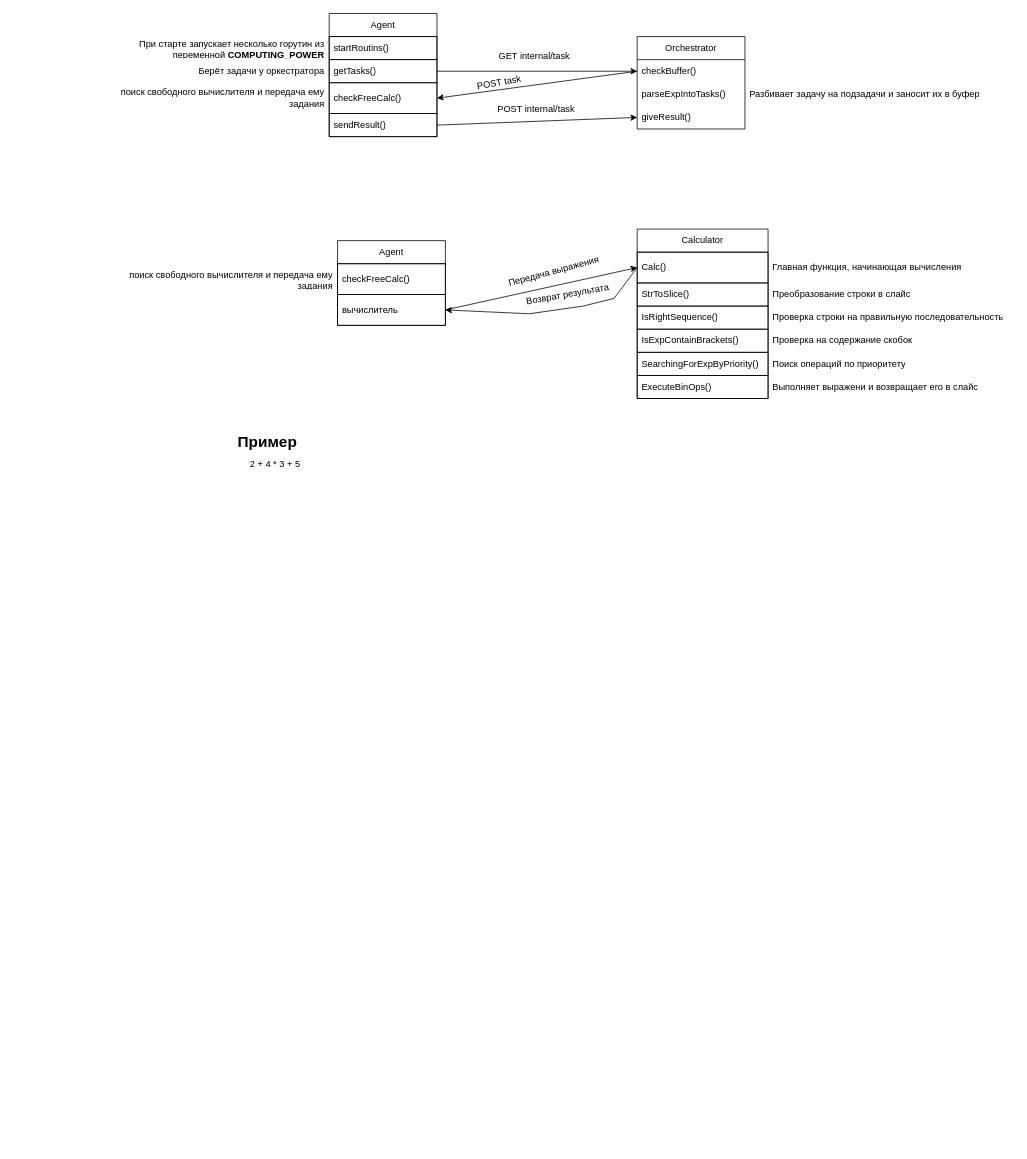
Above: page "main sheme" (2 of 3) of docs/Асинхронный веб-калькулятор схема.drawio in grigoriy-st/YL-Golang (draw.io), before the change. Source tidied: cells renumbered, new cells numbered last; positions are measured from the earlier drawing's top-left corner, leaving out a move shared by most shapes. Both pictures are drawn from the tidied source at 77%, with x=0, y=0 at pixel (82, 13).
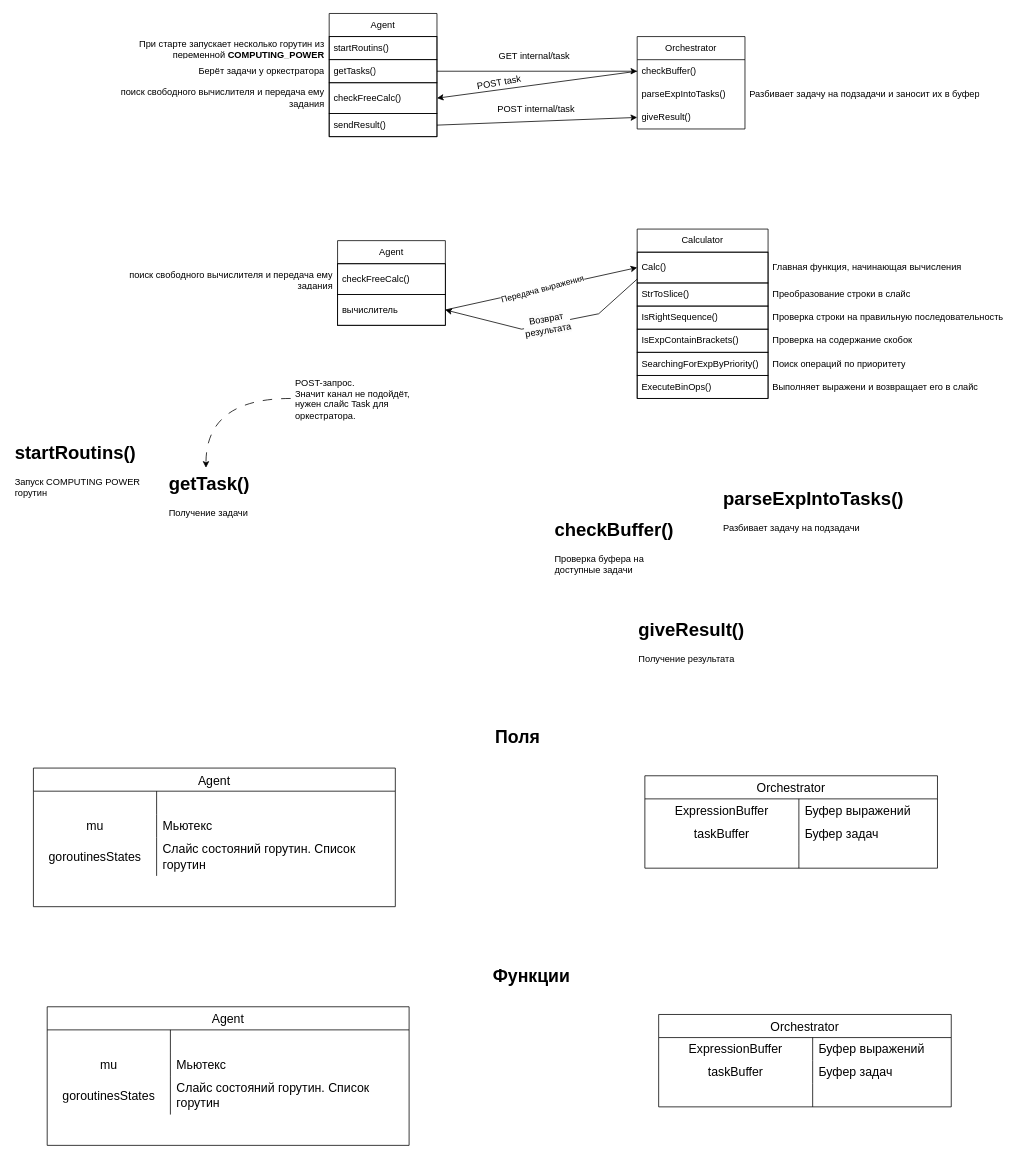
The same page after the edit.

Commit message (it also covers changes not shown here):
Добавил логику в файлы двух сервисов. Обновил схему

Unchanged cells that the change refers to:
```xml
<mxCell id="22" value="вычислитель" style="text;strokeColor=default;fillColor=none;align=left;verticalAlign=middle;spacingLeft=4;spacingRight=4;overflow=hidden;points=[[0,0.5],[1,0.5]];portConstraint=eastwest;whiteSpace=wrap;html=1;" parent="20" vertex="1">
  <mxGeometry y="70" width="140" height="40" as="geometry" />
</mxCell>
<mxCell id="25" value="Calc()" style="text;strokeColor=default;fillColor=none;align=left;verticalAlign=middle;spacingLeft=4;spacingRight=4;overflow=hidden;points=[[0,0.5],[1,0.5]];portConstraint=eastwest;whiteSpace=wrap;html=1;" parent="24" vertex="1">
  <mxGeometry y="30" width="170" height="40" as="geometry" />
</mxCell>
```

The edit, as a diff of the source:
```diff
@@
-    <mxCell id="32" style="rounded=0;jettySize=auto;html=1;exitX=1;exitY=0.5;exitDx=0;exitDy=0;entryX=0;entryY=0.5;entryDx=0;entryDy=0;" parent="1" edge="1" source="22" target="25">
-      <mxGeometry relative="1" as="geometry" />
-    </mxCell>
-    <mxCell id="33" value="Передача выражения" style="text;html=1;align=center;verticalAlign=middle;whiteSpace=wrap;rounded=0;rotation=-15;" parent="1" vertex="1">
-      <mxGeometry x="534" y="320" width="156" height="30" as="geometry" />
-    </mxCell>
-    <mxCell id="34" style="rounded=0;jettySize=auto;html=1;exitX=0;exitY=0.5;exitDx=0;exitDy=0;entryX=1;entryY=0.5;entryDx=0;entryDy=0;" parent="1" edge="1" source="25" target="22">
-      <mxGeometry relative="1" as="geometry">
-        <Array as="points">
-          <mxPoint x="690" y="370" />
-          <mxPoint x="650" y="380" />
-          <mxPoint x="580" y="390" />
-        </Array>
-      </mxGeometry>
-    </mxCell>
-    <mxCell id="35" value="Возврат результата" style="text;html=1;align=center;verticalAlign=middle;whiteSpace=wrap;rounded=0;rotation=-10;" parent="1" vertex="1">
-      <mxGeometry x="570" y="350" width="120" height="30" as="geometry" />
-    </mxCell>
@@
-    <mxCell id="42" value="2 + 4 * 3 + 5" style="text;html=1;align=center;verticalAlign=middle;whiteSpace=wrap;rounded=0;" parent="1" vertex="1">
-      <mxGeometry x="190" y="570" width="120" height="30" as="geometry" />
-    </mxCell>
-    <mxCell id="43" value="&lt;b&gt;&lt;font style=&quot;font-size: 20px;&quot;&gt;Пример&lt;/font&gt;&lt;/b&gt;" style="text;html=1;align=center;verticalAlign=middle;whiteSpace=wrap;rounded=0;" parent="1" vertex="1">
-      <mxGeometry x="180" y="540" width="120" height="30" as="geometry" />
-    </mxCell>
+    <mxCell id="44" value="&lt;h1 style=&quot;margin-top: 0px;&quot;&gt;checkBuffer()&lt;/h1&gt;&lt;p&gt;Проверка буфера на доступные задачи&lt;/p&gt;" style="text;html=1;whiteSpace=wrap;overflow=hidden;rounded=0;" parent="1" vertex="1">
+      <mxGeometry x="610.9" y="650" width="180" height="85" as="geometry" />
+    </mxCell>
+    <mxCell id="45" value="&lt;h1 style=&quot;margin-top: 0px;&quot;&gt;parseExpIntoTasks()&lt;/h1&gt;&lt;p&gt;Разбивает задачу на подзадачи&lt;/p&gt;" style="text;html=1;whiteSpace=wrap;overflow=hidden;rounded=0;" parent="1" vertex="1">
+      <mxGeometry x="830" y="610" width="260" height="85" as="geometry" />
+    </mxCell>
+    <mxCell id="46" value="&lt;h1 style=&quot;margin-top: 0px;&quot;&gt;giveResult()&lt;/h1&gt;&lt;p&gt;Получение результата&lt;/p&gt;" style="text;html=1;whiteSpace=wrap;overflow=hidden;rounded=0;" parent="1" vertex="1">
+      <mxGeometry x="720" y="780" width="180" height="85" as="geometry" />
+    </mxCell>
+    <mxCell id="47" value="&lt;h1 style=&quot;margin-top: 0px;&quot;&gt;startRoutins()&lt;/h1&gt;&lt;p&gt;Запуск COMPUTING POWER горутин&lt;/p&gt;" style="text;html=1;whiteSpace=wrap;overflow=hidden;rounded=0;" parent="1" vertex="1">
+      <mxGeometry x="-90" y="550" width="200" height="85" as="geometry" />
+    </mxCell>
+    <mxCell id="48" value="&lt;h1 style=&quot;margin-top: 0px;&quot;&gt;getTask()&lt;/h1&gt;&lt;p&gt;Получение задачи&lt;/p&gt;" style="text;html=1;whiteSpace=wrap;overflow=hidden;rounded=0;" parent="1" vertex="1">
+      <mxGeometry x="110" y="590" width="200" height="85" as="geometry" />
+    </mxCell>
+    <mxCell id="32" style="endArrow=classic;html=1;rounded=0;entryX=0;entryY=0.5;entryDx=0;entryDy=0;exitX=1;exitY=0.5;exitDx=0;exitDy=0;" parent="1" edge="1" source="22" target="25">
+      <mxGeometry x="0.05" y="6" relative="1" as="geometry" />
+    </mxCell>
+    <mxCell id="33" value="Передача выражения" style="edgeLabel;html=1;align=center;verticalAlign=middle;rotation=-15;" parent="32" vertex="1">
+      <mxGeometry relative="1" as="geometry" />
+    </mxCell>
+    <mxCell id="49" style="endArrow=classic;html=1;rounded=0;exitX=0;exitY=0.5;exitDx=0;exitDy=0;entryX=1;entryY=0.5;entryDx=0;entryDy=0;" parent="1" edge="1" target="22">
+      <mxGeometry relative="1" as="geometry">
+        <mxPoint x="720" y="345" as="sourcePoint" />
+        <Array as="points">
+          <mxPoint x="670" y="390" />
+          <mxPoint x="570" y="410" />
+        </Array>
+      </mxGeometry>
+    </mxCell>
+    <mxCell id="35" value="&lt;span style=&quot;font-size: 12px; text-wrap: wrap; background-color: rgb(251, 251, 251);&quot;&gt;Возврат результата&lt;/span&gt;" style="edgeLabel;html=1;align=center;verticalAlign=middle;rotation=-10;" parent="49" vertex="1">
+      <mxGeometry relative="1" as="geometry" />
+    </mxCell>
+    <mxCell id="50" style="edgeStyle=orthogonalEdgeStyle;rounded=0;jettySize=auto;html=1;entryX=0.25;entryY=0;entryDx=0;entryDy=0;curved=1;dashed=1;dashPattern=12 12;" parent="1" edge="1" source="51" target="48">
+      <mxGeometry relative="1" as="geometry" />
+    </mxCell>
+    <mxCell id="51" value="POST-запрос. &lt;br&gt;Значит канал не подойдёт, нужен слайс Task для оркестратора." style="text;strokeColor=none;fillColor=none;align=left;verticalAlign=middle;spacingLeft=4;spacingRight=4;overflow=hidden;points=[[0,0.5],[1,0.5]];portConstraint=eastwest;whiteSpace=wrap;html=1;" parent="1" vertex="1">
+      <mxGeometry x="270" y="470" width="180" height="60" as="geometry" />
+    </mxCell>
+    <mxCell id="52" value="Поля" style="text;html=1;align=center;verticalAlign=middle;whiteSpace=wrap;rounded=0;fontSize=23;fontStyle=1;" parent="1" vertex="1">
+      <mxGeometry x="510" y="920" width="110" height="39" as="geometry" />
+    </mxCell>
+    <mxCell id="53" value="Orchestrator" style="shape=table;startSize=30;childLayout=tableLayout;rowLines=0;fontStyle=0;strokeColor=default;fontSize=16;" parent="1" vertex="1">
+      <mxGeometry x="730" y="990" width="380" height="120" as="geometry" />
+    </mxCell>
+    <mxCell id="54" style="shape=tableRow;horizontal=0;startSize=0;swimlaneHead=0;swimlaneBody=0;top=0;left=0;bottom=0;right=0;fillColor=none;strokeColor=inherit;fontSize=16;" parent="53" vertex="1">
+      <mxGeometry y="30" width="380" height="30" as="geometry" />
+    </mxCell>
+    <mxCell id="55" value="ExpressionBuffer" style="shape=partialRectangle;html=1;whiteSpace=wrap;fillColor=none;top=0;left=0;bottom=0;right=0;overflow=hidden;strokeColor=inherit;fontSize=16;" parent="54" vertex="1">
+      <mxGeometry width="200" height="30" as="geometry" />
+    </mxCell>
+    <mxCell id="56" value="Буфер выражений" style="shape=partialRectangle;html=1;whiteSpace=wrap;fillColor=none;top=0;left=0;bottom=0;right=0;align=left;spacingLeft=6;overflow=hidden;strokeColor=inherit;fontSize=16;" parent="54" vertex="1">
+      <mxGeometry x="200" width="180" height="30" as="geometry" />
+    </mxCell>
+    <mxCell id="57" style="shape=tableRow;horizontal=0;startSize=0;swimlaneHead=0;swimlaneBody=0;top=0;left=0;bottom=0;right=0;fillColor=none;strokeColor=inherit;fontSize=16;" parent="53" vertex="1">
+      <mxGeometry y="60" width="380" height="30" as="geometry" />
+    </mxCell>
+    <mxCell id="58" value="taskBuffer" style="shape=partialRectangle;html=1;whiteSpace=wrap;fillColor=none;top=0;left=0;bottom=0;right=0;overflow=hidden;strokeColor=inherit;fontSize=16;" parent="57" vertex="1">
+      <mxGeometry width="200" height="30" as="geometry" />
+    </mxCell>
+    <mxCell id="59" value="Буфер задач" style="shape=partialRectangle;html=1;whiteSpace=wrap;fillColor=none;top=0;left=0;bottom=0;right=0;align=left;spacingLeft=6;overflow=hidden;strokeColor=inherit;fontSize=16;" parent="57" vertex="1">
+      <mxGeometry x="200" width="180" height="30" as="geometry" />
+    </mxCell>
+    <mxCell id="60" style="shape=tableRow;horizontal=0;startSize=0;swimlaneHead=0;swimlaneBody=0;top=0;left=0;bottom=0;right=0;fillColor=none;strokeColor=inherit;fontSize=16;" parent="53" vertex="1">
+      <mxGeometry y="90" width="380" height="30" as="geometry" />
+    </mxCell>
+    <mxCell id="61" style="shape=partialRectangle;html=1;whiteSpace=wrap;fillColor=none;top=0;left=0;bottom=0;right=0;overflow=hidden;strokeColor=inherit;fontSize=16;" parent="60" vertex="1">
+      <mxGeometry width="200" height="30" as="geometry" />
+    </mxCell>
+    <mxCell id="62" style="shape=partialRectangle;html=1;whiteSpace=wrap;fillColor=none;top=0;left=0;bottom=0;right=0;align=left;spacingLeft=6;overflow=hidden;strokeColor=inherit;fontSize=16;" parent="60" vertex="1">
+      <mxGeometry x="200" width="180" height="30" as="geometry" />
+    </mxCell>
+    <mxCell id="63" value="Agent" style="shape=table;startSize=30;childLayout=tableLayout;rowLines=0;fontStyle=0;strokeColor=default;fontSize=16;" parent="1" vertex="1">
+      <mxGeometry x="-64.1" y="980" width="470" height="180" as="geometry" />
+    </mxCell>
+    <mxCell id="64" style="shape=tableRow;horizontal=0;startSize=0;swimlaneHead=0;swimlaneBody=0;top=0;left=0;bottom=0;right=0;fillColor=none;strokeColor=inherit;fontSize=16;" parent="63" vertex="1">
+      <mxGeometry y="30" width="470" height="30" as="geometry" />
+    </mxCell>
+    <mxCell id="65" style="shape=partialRectangle;html=1;whiteSpace=wrap;fillColor=none;top=0;left=0;bottom=0;right=0;overflow=hidden;strokeColor=inherit;fontSize=16;" parent="64" vertex="1">
+      <mxGeometry width="160" height="30" as="geometry" />
+    </mxCell>
+    <mxCell id="66" style="shape=partialRectangle;html=1;whiteSpace=wrap;fillColor=none;top=0;left=0;bottom=0;right=0;align=left;spacingLeft=6;overflow=hidden;strokeColor=inherit;fontSize=16;" parent="64" vertex="1">
+      <mxGeometry x="160" width="310" height="30" as="geometry" />
+    </mxCell>
+    <mxCell id="67" style="shape=tableRow;horizontal=0;startSize=0;swimlaneHead=0;swimlaneBody=0;top=0;left=0;bottom=0;right=0;fillColor=none;strokeColor=inherit;fontSize=16;" parent="63" vertex="1">
+      <mxGeometry y="60" width="470" height="30" as="geometry" />
+    </mxCell>
+    <mxCell id="68" value="mu" style="shape=partialRectangle;html=1;whiteSpace=wrap;fillColor=none;top=0;left=0;bottom=0;right=0;overflow=hidden;strokeColor=inherit;fontSize=16;" parent="67" vertex="1">
+      <mxGeometry width="160" height="30" as="geometry" />
+    </mxCell>
+    <mxCell id="69" value="Мьютекс" style="shape=partialRectangle;html=1;whiteSpace=wrap;fillColor=none;top=0;left=0;bottom=0;right=0;align=left;spacingLeft=6;overflow=hidden;strokeColor=inherit;fontSize=16;" parent="67" vertex="1">
+      <mxGeometry x="160" width="310" height="30" as="geometry" />
+    </mxCell>
+    <mxCell id="70" style="shape=tableRow;horizontal=0;startSize=0;swimlaneHead=0;swimlaneBody=0;top=0;left=0;bottom=0;right=0;fillColor=none;strokeColor=inherit;fontSize=16;" parent="63" vertex="1">
+      <mxGeometry y="90" width="470" height="50" as="geometry" />
+    </mxCell>
+    <mxCell id="71" value="goroutinesStates" style="shape=partialRectangle;html=1;whiteSpace=wrap;fillColor=none;top=0;left=0;bottom=0;right=0;overflow=hidden;strokeColor=inherit;fontSize=16;" parent="70" vertex="1">
+      <mxGeometry width="160" height="50" as="geometry" />
+    </mxCell>
+    <mxCell id="72" value="Слайс состояний горутин. Список горутин" style="shape=partialRectangle;html=1;whiteSpace=wrap;fillColor=none;top=0;left=0;bottom=0;right=0;align=left;spacingLeft=6;overflow=hidden;strokeColor=inherit;fontSize=16;" parent="70" vertex="1">
+      <mxGeometry x="160" width="310" height="50" as="geometry" />
+    </mxCell>
+    <mxCell id="73" value="Функции" style="text;html=1;align=center;verticalAlign=middle;whiteSpace=wrap;rounded=0;fontSize=23;fontStyle=1;" parent="1" vertex="1">
+      <mxGeometry x="527.9" y="1230" width="110" height="39" as="geometry" />
+    </mxCell>
+    <mxCell id="74" value="Orchestrator" style="shape=table;startSize=30;childLayout=tableLayout;rowLines=0;fontStyle=0;strokeColor=default;fontSize=16;" parent="1" vertex="1">
+      <mxGeometry x="747.9" y="1300" width="380" height="120" as="geometry" />
+    </mxCell>
+    <mxCell id="75" style="shape=tableRow;horizontal=0;startSize=0;swimlaneHead=0;swimlaneBody=0;top=0;left=0;bottom=0;right=0;fillColor=none;strokeColor=inherit;fontSize=16;" parent="74" vertex="1">
+      <mxGeometry y="30" width="380" height="30" as="geometry" />
+    </mxCell>
+    <mxCell id="76" value="ExpressionBuffer" style="shape=partialRectangle;html=1;whiteSpace=wrap;fillColor=none;top=0;left=0;bottom=0;right=0;overflow=hidden;strokeColor=inherit;fontSize=16;" parent="75" vertex="1">
+      <mxGeometry width="200" height="30" as="geometry" />
+    </mxCell>
+    <mxCell id="77" value="Буфер выражений" style="shape=partialRectangle;html=1;whiteSpace=wrap;fillColor=none;top=0;left=0;bottom=0;right=0;align=left;spacingLeft=6;overflow=hidden;strokeColor=inherit;fontSize=16;" parent="75" vertex="1">
+      <mxGeometry x="200" width="180" height="30" as="geometry" />
+    </mxCell>
+    <mxCell id="78" style="shape=tableRow;horizontal=0;startSize=0;swimlaneHead=0;swimlaneBody=0;top=0;left=0;bottom=0;right=0;fillColor=none;strokeColor=inherit;fontSize=16;" parent="74" vertex="1">
+      <mxGeometry y="60" width="380" height="30" as="geometry" />
+    </mxCell>
+    <mxCell id="79" value="taskBuffer" style="shape=partialRectangle;html=1;whiteSpace=wrap;fillColor=none;top=0;left=0;bottom=0;right=0;overflow=hidden;strokeColor=inherit;fontSize=16;" parent="78" vertex="1">
+      <mxGeometry width="200" height="30" as="geometry" />
+    </mxCell>
+    <mxCell id="80" value="Буфер задач" style="shape=partialRectangle;html=1;whiteSpace=wrap;fillColor=none;top=0;left=0;bottom=0;right=0;align=left;spacingLeft=6;overflow=hidden;strokeColor=inherit;fontSize=16;" parent="78" vertex="1">
+      <mxGeometry x="200" width="180" height="30" as="geometry" />
+    </mxCell>
+    <mxCell id="81" style="shape=tableRow;horizontal=0;startSize=0;swimlaneHead=0;swimlaneBody=0;top=0;left=0;bottom=0;right=0;fillColor=none;strokeColor=inherit;fontSize=16;" parent="74" vertex="1">
+      <mxGeometry y="90" width="380" height="30" as="geometry" />
+    </mxCell>
+    <mxCell id="82" style="shape=partialRectangle;html=1;whiteSpace=wrap;fillColor=none;top=0;left=0;bottom=0;right=0;overflow=hidden;strokeColor=inherit;fontSize=16;" parent="81" vertex="1">
+      <mxGeometry width="200" height="30" as="geometry" />
+    </mxCell>
+    <mxCell id="83" style="shape=partialRectangle;html=1;whiteSpace=wrap;fillColor=none;top=0;left=0;bottom=0;right=0;align=left;spacingLeft=6;overflow=hidden;strokeColor=inherit;fontSize=16;" parent="81" vertex="1">
+      <mxGeometry x="200" width="180" height="30" as="geometry" />
+    </mxCell>
+    <mxCell id="84" value="Agent" style="shape=table;startSize=30;childLayout=tableLayout;rowLines=0;fontStyle=0;strokeColor=default;fontSize=16;" parent="1" vertex="1">
+      <mxGeometry x="-46.2" y="1290" width="470" height="180" as="geometry" />
+    </mxCell>
+    <mxCell id="85" style="shape=tableRow;horizontal=0;startSize=0;swimlaneHead=0;swimlaneBody=0;top=0;left=0;bottom=0;right=0;fillColor=none;strokeColor=inherit;fontSize=16;" parent="84" vertex="1">
+      <mxGeometry y="30" width="470" height="30" as="geometry" />
+    </mxCell>
+    <mxCell id="86" style="shape=partialRectangle;html=1;whiteSpace=wrap;fillColor=none;top=0;left=0;bottom=0;right=0;overflow=hidden;strokeColor=inherit;fontSize=16;" parent="85" vertex="1">
+      <mxGeometry width="160" height="30" as="geometry" />
+    </mxCell>
+    <mxCell id="87" style="shape=partialRectangle;html=1;whiteSpace=wrap;fillColor=none;top=0;left=0;bottom=0;right=0;align=left;spacingLeft=6;overflow=hidden;strokeColor=inherit;fontSize=16;" parent="85" vertex="1">
+      <mxGeometry x="160" width="310" height="30" as="geometry" />
+    </mxCell>
+    <mxCell id="88" style="shape=tableRow;horizontal=0;startSize=0;swimlaneHead=0;swimlaneBody=0;top=0;left=0;bottom=0;right=0;fillColor=none;strokeColor=inherit;fontSize=16;" parent="84" vertex="1">
+      <mxGeometry y="60" width="470" height="30" as="geometry" />
+    </mxCell>
+    <mxCell id="89" value="mu" style="shape=partialRectangle;html=1;whiteSpace=wrap;fillColor=none;top=0;left=0;bottom=0;right=0;overflow=hidden;strokeColor=inherit;fontSize=16;" parent="88" vertex="1">
+      <mxGeometry width="160" height="30" as="geometry" />
+    </mxCell>
+    <mxCell id="90" value="Мьютекс" style="shape=partialRectangle;html=1;whiteSpace=wrap;fillColor=none;top=0;left=0;bottom=0;right=0;align=left;spacingLeft=6;overflow=hidden;strokeColor=inherit;fontSize=16;" parent="88" vertex="1">
+      <mxGeometry x="160" width="310" height="30" as="geometry" />
+    </mxCell>
+    <mxCell id="91" style="shape=tableRow;horizontal=0;startSize=0;swimlaneHead=0;swimlaneBody=0;top=0;left=0;bottom=0;right=0;fillColor=none;strokeColor=inherit;fontSize=16;" parent="84" vertex="1">
+      <mxGeometry y="90" width="470" height="50" as="geometry" />
+    </mxCell>
+    <mxCell id="92" value="goroutinesStates" style="shape=partialRectangle;html=1;whiteSpace=wrap;fillColor=none;top=0;left=0;bottom=0;right=0;overflow=hidden;strokeColor=inherit;fontSize=16;" parent="91" vertex="1">
+      <mxGeometry width="160" height="50" as="geometry" />
+    </mxCell>
+    <mxCell id="93" value="Слайс состояний горутин. Список горутин" style="shape=partialRectangle;html=1;whiteSpace=wrap;fillColor=none;top=0;left=0;bottom=0;right=0;align=left;spacingLeft=6;overflow=hidden;strokeColor=inherit;fontSize=16;" parent="91" vertex="1">
+      <mxGeometry x="160" width="310" height="50" as="geometry" />
+    </mxCell>
```
